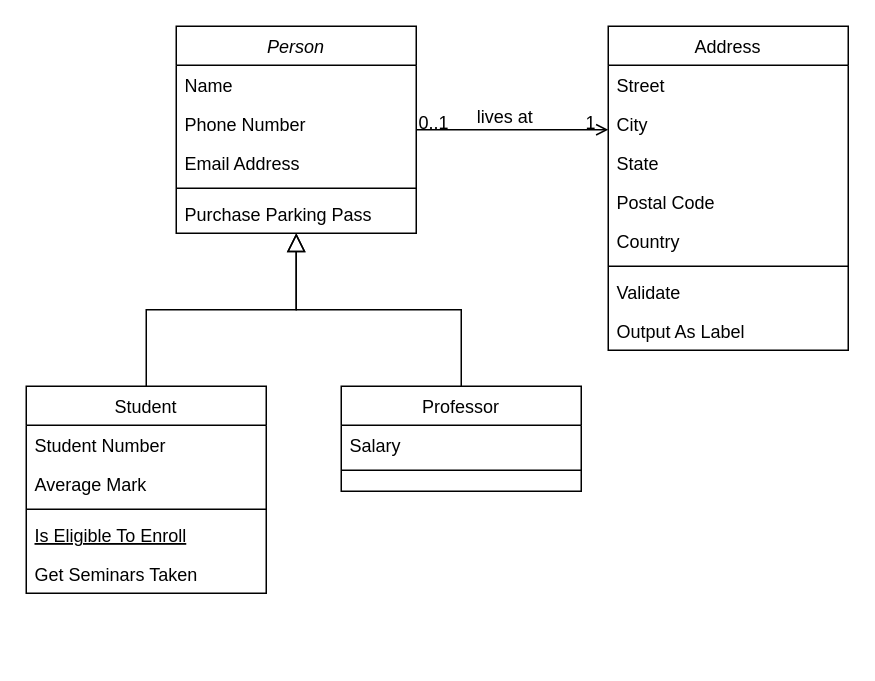
Above: images/Untitled Diagram.drawio in calvin-cs262-Fall2024-TheATeam/Centsible-Project (draw.io), before the change. Source tidied: cells renumbered, new cells numbered last; positions are measured from the earlier drawing's top-left corner, leaving out a move shared by most shapes. Both pictures are drawn from the tidied source at 150%, with x=0, y=0 at pixel (26, 26).
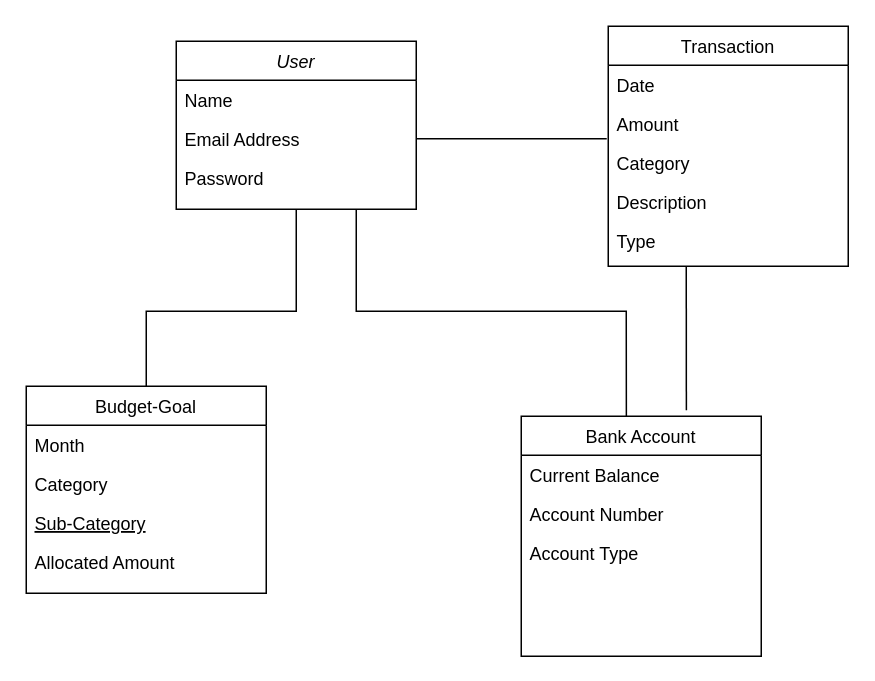
The same diagram, later.

The edit, as a diff of the source:
```diff
@@
-    <mxCell id="2" value="Person" style="swimlane;fontStyle=2;align=center;verticalAlign=top;horizontal=1;startSize=26;rounded=0;shadow=0;strokeWidth=1;" parent="1" vertex="1">
-      <mxGeometry x="100" width="160" height="138" as="geometry" />
+    <mxCell id="2" value="User" style="swimlane;fontStyle=2;align=center;verticalAlign=top;horizontal=1;startSize=26;rounded=0;shadow=0;strokeWidth=1;" parent="1" vertex="1">
+      <mxGeometry x="100" y="10" width="160" height="112" as="geometry" />
     </mxCell>
@@
-    <mxCell id="4" value="Phone Number" style="text;align=left;verticalAlign=top;spacingLeft=4;spacingRight=4;overflow=hidden;rounded=0;shadow=0;html=0;" parent="2" vertex="1">
-      <mxGeometry y="52" width="160" height="26" as="geometry" />
-    </mxCell>
     <mxCell id="5" value="Email Address" style="text;align=left;verticalAlign=top;spacingLeft=4;spacingRight=4;overflow=hidden;rounded=0;shadow=0;html=0;" parent="2" vertex="1">
-      <mxGeometry y="78" width="160" height="26" as="geometry" />
+      <mxGeometry y="52" width="160" height="26" as="geometry" />
     </mxCell>
-    <mxCell id="6" style="line;html=1;strokeWidth=1;align=left;verticalAlign=middle;spacingTop=-1;spacingLeft=3;spacingRight=3;labelPosition=right;" parent="2" vertex="1">
-      <mxGeometry y="104" width="160" height="8" as="geometry" />
-    </mxCell>
-    <mxCell id="7" value="Purchase Parking Pass" style="text;align=left;verticalAlign=top;spacingLeft=4;spacingRight=4;overflow=hidden;" parent="2" vertex="1">
-      <mxGeometry y="112" width="160" height="26" as="geometry" />
-    </mxCell>
+    <mxCell id="32" value="Password" style="text;align=left;verticalAlign=top;spacingLeft=4;spacingRight=4;overflow=hidden;rounded=0;shadow=0;html=0;" parent="2" vertex="1">
+      <mxGeometry y="78" width="160" height="26" as="geometry" />
+    </mxCell>
-    <mxCell id="8" value="Student" style="swimlane;fontStyle=0;align=center;verticalAlign=top;horizontal=1;startSize=26;rounded=0;shadow=0;strokeWidth=1;" parent="1" vertex="1">
+    <mxCell id="8" value="Budget-Goal" style="swimlane;fontStyle=0;align=center;verticalAlign=top;horizontal=1;startSize=26;rounded=0;shadow=0;strokeWidth=1;" parent="1" vertex="1">
       <mxGeometry y="240" width="160" height="138" as="geometry" />
     </mxCell>
-    <mxCell id="9" value="Student Number" style="text;align=left;verticalAlign=top;spacingLeft=4;spacingRight=4;overflow=hidden;" parent="8" vertex="1">
+    <mxCell id="9" value="Month" style="text;align=left;verticalAlign=top;spacingLeft=4;spacingRight=4;overflow=hidden;" parent="8" vertex="1">
       <mxGeometry y="26" width="160" height="26" as="geometry" />
     </mxCell>
-    <mxCell id="10" value="Average Mark" style="text;align=left;verticalAlign=top;spacingLeft=4;spacingRight=4;overflow=hidden;rounded=0;shadow=0;html=0;" parent="8" vertex="1">
+    <mxCell id="10" value="Category" style="text;align=left;verticalAlign=top;spacingLeft=4;spacingRight=4;overflow=hidden;rounded=0;shadow=0;html=0;" parent="8" vertex="1">
       <mxGeometry y="52" width="160" height="26" as="geometry" />
     </mxCell>
-    <mxCell id="11" style="line;html=1;strokeWidth=1;align=left;verticalAlign=middle;spacingTop=-1;spacingLeft=3;spacingRight=3;labelPosition=right;" parent="8" vertex="1">
-      <mxGeometry y="78" width="160" height="8" as="geometry" />
-    </mxCell>
-    <mxCell id="12" value="Is Eligible To Enroll" style="text;align=left;verticalAlign=top;spacingLeft=4;spacingRight=4;overflow=hidden;fontStyle=4;" parent="8" vertex="1">
-      <mxGeometry y="86" width="160" height="26" as="geometry" />
+    <mxCell id="12" value="Sub-Category" style="text;align=left;verticalAlign=top;spacingLeft=4;spacingRight=4;overflow=hidden;fontStyle=4;" parent="8" vertex="1">
+      <mxGeometry y="78" width="160" height="26" as="geometry" />
     </mxCell>
-    <mxCell id="13" value="Get Seminars Taken" style="text;align=left;verticalAlign=top;spacingLeft=4;spacingRight=4;overflow=hidden;" parent="8" vertex="1">
-      <mxGeometry y="112" width="160" height="26" as="geometry" />
+    <mxCell id="13" value="Allocated Amount" style="text;align=left;verticalAlign=top;spacingLeft=4;spacingRight=4;overflow=hidden;" parent="8" vertex="1">
+      <mxGeometry y="104" width="160" height="26" as="geometry" />
     </mxCell>
-    <mxCell id="14" style="endArrow=block;endSize=10;endFill=0;shadow=0;strokeWidth=1;rounded=0;curved=0;edgeStyle=elbowEdgeStyle;elbow=vertical;" parent="1" edge="1" source="8" target="2">
-      <mxGeometry relative="1" as="geometry" />
-    </mxCell>
-    <mxCell id="15" value="Professor" style="swimlane;fontStyle=0;align=center;verticalAlign=top;horizontal=1;startSize=26;rounded=0;shadow=0;strokeWidth=1;" parent="1" vertex="1">
-      <mxGeometry x="210" y="240" width="160" height="70" as="geometry" />
-    </mxCell>
-    <mxCell id="16" value="Salary" style="text;align=left;verticalAlign=top;spacingLeft=4;spacingRight=4;overflow=hidden;" parent="15" vertex="1">
-      <mxGeometry y="26" width="160" height="26" as="geometry" />
-    </mxCell>
-    <mxCell id="17" style="line;html=1;strokeWidth=1;align=left;verticalAlign=middle;spacingTop=-1;spacingLeft=3;spacingRight=3;labelPosition=right;" parent="15" vertex="1">
-      <mxGeometry y="52" width="160" height="8" as="geometry" />
-    </mxCell>
-    <mxCell id="18" style="endArrow=block;endSize=10;endFill=0;shadow=0;strokeWidth=1;rounded=0;curved=0;edgeStyle=elbowEdgeStyle;elbow=vertical;" parent="1" edge="1" source="15" target="2">
-      <mxGeometry relative="1" as="geometry" />
-    </mxCell>
-    <mxCell id="19" value="Address" style="swimlane;fontStyle=0;align=center;verticalAlign=top;horizontal=1;startSize=26;rounded=0;shadow=0;strokeWidth=1;" parent="1" vertex="1">
-      <mxGeometry x="388" width="160" height="216" as="geometry" />
+    <mxCell id="19" value="Transaction" style="swimlane;fontStyle=0;align=center;verticalAlign=top;horizontal=1;startSize=26;rounded=0;shadow=0;strokeWidth=1;" parent="1" vertex="1">
+      <mxGeometry x="388" width="160" height="160" as="geometry" />
     </mxCell>
-    <mxCell id="20" value="Street" style="text;align=left;verticalAlign=top;spacingLeft=4;spacingRight=4;overflow=hidden;" parent="19" vertex="1">
+    <mxCell id="20" value="Date" style="text;align=left;verticalAlign=top;spacingLeft=4;spacingRight=4;overflow=hidden;" parent="19" vertex="1">
       <mxGeometry y="26" width="160" height="26" as="geometry" />
     </mxCell>
-    <mxCell id="21" value="City" style="text;align=left;verticalAlign=top;spacingLeft=4;spacingRight=4;overflow=hidden;rounded=0;shadow=0;html=0;" parent="19" vertex="1">
+    <mxCell id="21" value="Amount" style="text;align=left;verticalAlign=top;spacingLeft=4;spacingRight=4;overflow=hidden;rounded=0;shadow=0;html=0;" parent="19" vertex="1">
       <mxGeometry y="52" width="160" height="26" as="geometry" />
     </mxCell>
-    <mxCell id="22" value="State" style="text;align=left;verticalAlign=top;spacingLeft=4;spacingRight=4;overflow=hidden;rounded=0;shadow=0;html=0;" parent="19" vertex="1">
+    <mxCell id="22" value="Category" style="text;align=left;verticalAlign=top;spacingLeft=4;spacingRight=4;overflow=hidden;rounded=0;shadow=0;html=0;" parent="19" vertex="1">
       <mxGeometry y="78" width="160" height="26" as="geometry" />
     </mxCell>
-    <mxCell id="23" value="Postal Code" style="text;align=left;verticalAlign=top;spacingLeft=4;spacingRight=4;overflow=hidden;rounded=0;shadow=0;html=0;" parent="19" vertex="1">
-      <mxGeometry y="104" width="160" height="26" as="geometry" />
-    </mxCell>
-    <mxCell id="24" value="Country" style="text;align=left;verticalAlign=top;spacingLeft=4;spacingRight=4;overflow=hidden;rounded=0;shadow=0;html=0;" parent="19" vertex="1">
-      <mxGeometry y="130" width="160" height="26" as="geometry" />
+    <mxCell id="24" value="Description" style="text;align=left;verticalAlign=top;spacingLeft=4;spacingRight=4;overflow=hidden;rounded=0;shadow=0;html=0;" parent="19" vertex="1">
+      <mxGeometry y="104" width="160" height="26" as="geometry" />
     </mxCell>
-    <mxCell id="25" style="line;html=1;strokeWidth=1;align=left;verticalAlign=middle;spacingTop=-1;spacingLeft=3;spacingRight=3;labelPosition=right;" parent="19" vertex="1">
-      <mxGeometry y="156" width="160" height="8" as="geometry" />
-    </mxCell>
-    <mxCell id="26" value="Validate" style="text;align=left;verticalAlign=top;spacingLeft=4;spacingRight=4;overflow=hidden;" parent="19" vertex="1">
-      <mxGeometry y="164" width="160" height="26" as="geometry" />
-    </mxCell>
-    <mxCell id="27" value="Output As Label" style="text;align=left;verticalAlign=top;spacingLeft=4;spacingRight=4;overflow=hidden;" parent="19" vertex="1">
-      <mxGeometry y="190" width="160" height="26" as="geometry" />
-    </mxCell>
-    <mxCell id="28" style="endArrow=open;shadow=0;strokeWidth=1;rounded=0;curved=0;endFill=1;edgeStyle=elbowEdgeStyle;elbow=vertical;" parent="1" edge="1" source="2" target="19">
-      <mxGeometry x="0.5" y="41" relative="1" as="geometry">
-        <mxPoint x="-40" y="32" as="offset" />
-      </mxGeometry>
-    </mxCell>
-    <mxCell id="29" value="0..1" style="align=left;verticalAlign=bottom;labelBackgroundColor=none;fontSize=12;" parent="28" vertex="1">
-      <mxGeometry x="-1" relative="1" as="geometry">
-        <mxPoint y="4" as="offset" />
-      </mxGeometry>
-    </mxCell>
-    <mxCell id="30" value="1" style="align=right;verticalAlign=bottom;labelBackgroundColor=none;fontSize=12;" parent="28" vertex="1">
-      <mxGeometry x="1" relative="1" as="geometry">
-        <mxPoint x="-7" y="4" as="offset" />
-      </mxGeometry>
-    </mxCell>
-    <mxCell id="31" value="lives at" style="text;html=1;align=center;verticalAlign=middle;labelBackgroundColor=none;rounded=0;shadow=0;strokeWidth=1;fontSize=12;" parent="28" vertex="1">
-      <mxGeometry x="0.5" y="49" relative="1" as="geometry">
-        <mxPoint x="-38" y="40" as="offset" />
-      </mxGeometry>
-    </mxCell>
+    <mxCell id="33" value="Type" style="text;align=left;verticalAlign=top;spacingLeft=4;spacingRight=4;overflow=hidden;rounded=0;shadow=0;html=0;" parent="19" vertex="1">
+      <mxGeometry y="130" width="160" height="26" as="geometry" />
+    </mxCell>
+    <mxCell id="14" style="endArrow=none;html=1;rounded=0;exitX=0.5;exitY=0;exitDx=0;exitDy=0;entryX=0.5;entryY=1;entryDx=0;entryDy=0;" parent="1" edge="1" source="8" target="2">
+      <mxGeometry relative="1" as="geometry">
+        <Array as="points">
+          <mxPoint x="80" y="190" />
+          <mxPoint x="180" y="190" />
+        </Array>
+      </mxGeometry>
+    </mxCell>
+    <mxCell id="34" style="endArrow=none;html=1;rounded=0;exitX=1;exitY=0.5;exitDx=0;exitDy=0;" parent="1" edge="1">
+      <mxGeometry relative="1" as="geometry">
+        <mxPoint x="260" y="75" as="sourcePoint" />
+        <mxPoint x="387" y="75" as="targetPoint" />
+      </mxGeometry>
+    </mxCell>
+    <mxCell id="35" value="Bank Account" style="swimlane;fontStyle=0;align=center;verticalAlign=top;horizontal=1;startSize=26;rounded=0;shadow=0;strokeWidth=1;" parent="1" vertex="1">
+      <mxGeometry x="330" y="260" width="160" height="160" as="geometry" />
+    </mxCell>
+    <mxCell id="36" value="Current Balance" style="text;align=left;verticalAlign=top;spacingLeft=4;spacingRight=4;overflow=hidden;" parent="35" vertex="1">
+      <mxGeometry y="26" width="160" height="26" as="geometry" />
+    </mxCell>
+    <mxCell id="37" value="Account Number" style="text;align=left;verticalAlign=top;spacingLeft=4;spacingRight=4;overflow=hidden;" parent="35" vertex="1">
+      <mxGeometry y="52" width="160" height="26" as="geometry" />
+    </mxCell>
+    <mxCell id="38" value="Account Type" style="text;align=left;verticalAlign=top;spacingLeft=4;spacingRight=4;overflow=hidden;" parent="35" vertex="1">
+      <mxGeometry y="78" width="160" height="26" as="geometry" />
+    </mxCell>
+    <mxCell id="39" style="endArrow=none;html=1;rounded=0;exitX=0.688;exitY=-0.025;exitDx=0;exitDy=0;exitPerimeter=0;" parent="1" edge="1" source="35">
+      <mxGeometry relative="1" as="geometry">
+        <mxPoint x="440" y="160" as="targetPoint" />
+      </mxGeometry>
+    </mxCell>
+    <mxCell id="40" style="endArrow=none;html=1;rounded=0;entryX=0.75;entryY=1;entryDx=0;entryDy=0;exitX=0.438;exitY=0;exitDx=0;exitDy=0;exitPerimeter=0;" parent="1" edge="1" source="35" target="2">
+      <mxGeometry relative="1" as="geometry">
+        <Array as="points">
+          <mxPoint x="400" y="190" />
+          <mxPoint x="220" y="190" />
+        </Array>
+      </mxGeometry>
+    </mxCell>
```
